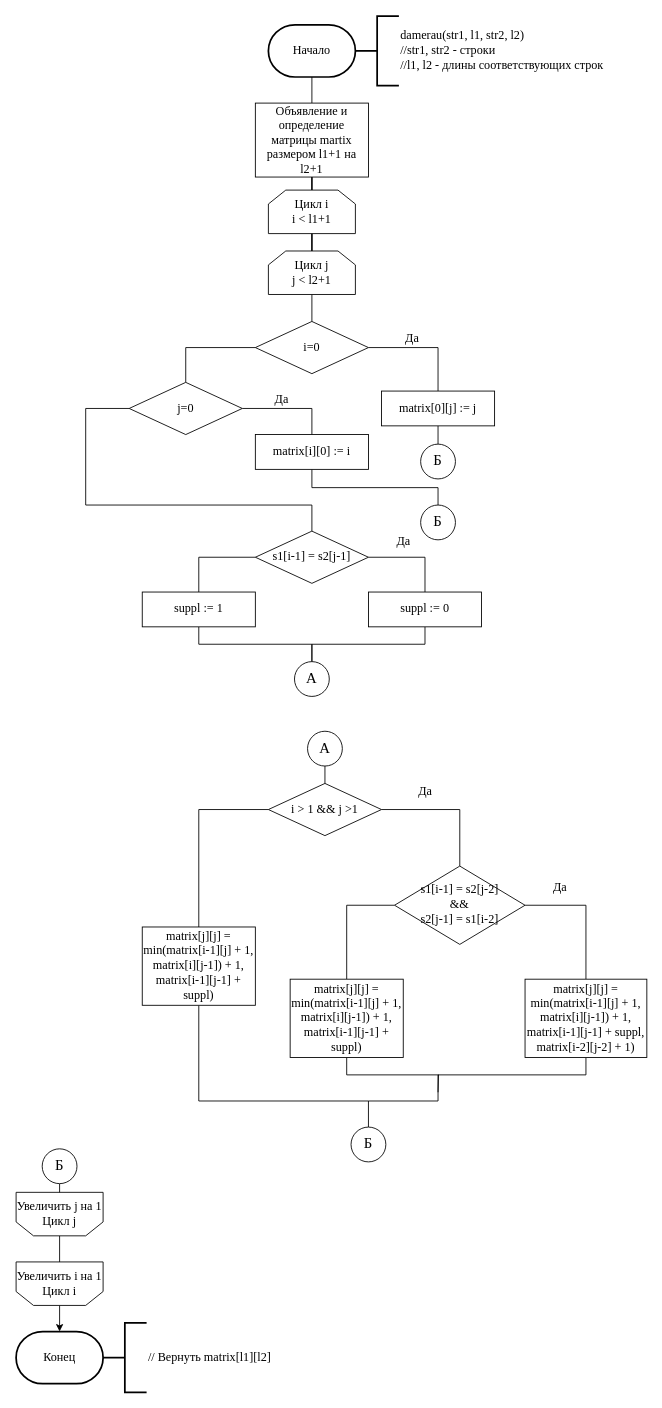
The draw.io diagram lab01/report/img/d.drawio in ddbmajor/bmstu-iu7-aa, before the edit. Source tidied: cells renumbered, new cells numbered last; positions are measured from the earlier drawing's top-left corner, leaving out a move shared by most shapes. Both pictures are drawn from the tidied source at 87%, with x=0, y=0 at pixel (16, 16).
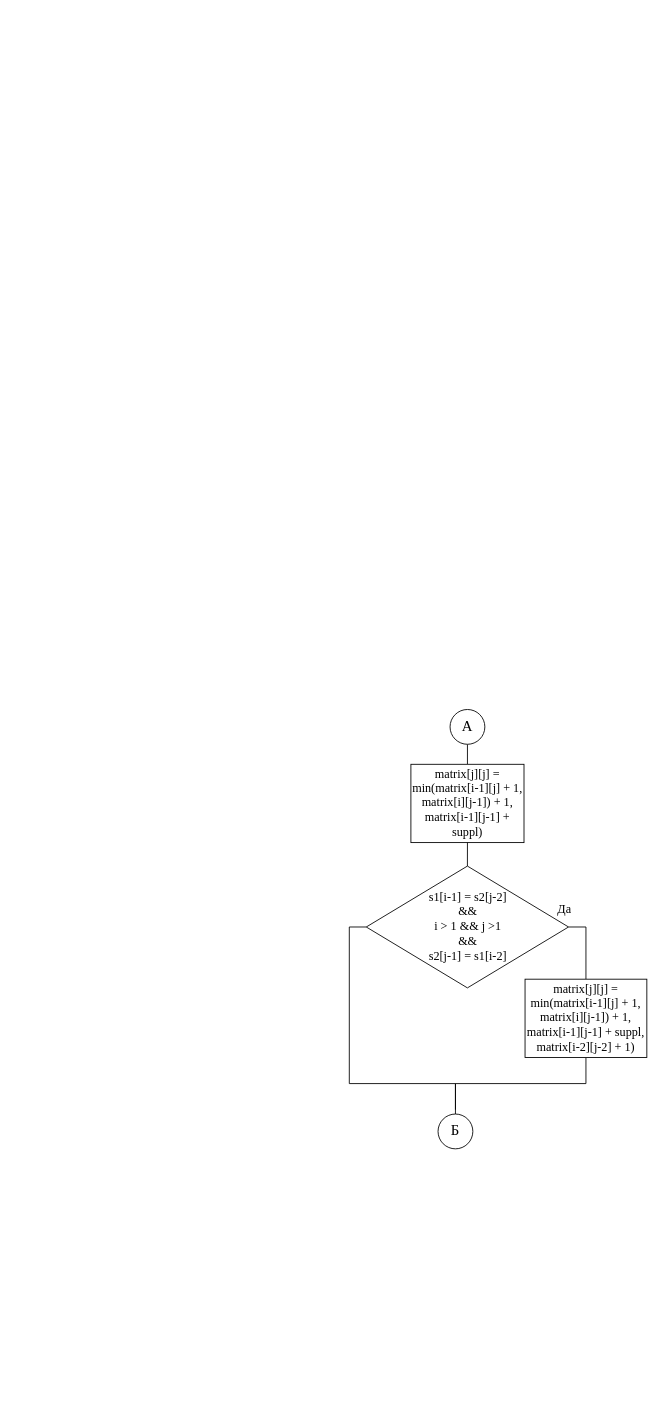
The same diagram, later.

The change refers to these unchanged cells:
```xml
<mxCell id="50" value="matrix[j][j] = min(matrix[i-1][j] + 1, matrix[i][j-1]) + 1,&lt;br style=&quot;font-size: 14px&quot;&gt;matrix[i-1][j-1] + suppl, &lt;br&gt;matrix[i-2][j-2] + 1)" style="rounded=0;whiteSpace=wrap;html=1;fontFamily=Times New Roman;fontSize=14;" parent="1" vertex="1">
  <mxGeometry x="585" y="1107" width="140" height="90" as="geometry" />
</mxCell>
```

What changed in the source:
```diff
@@
-    <mxCell id="2" style="edgeStyle=orthogonalEdgeStyle;rounded=0;jettySize=auto;html=1;exitX=0.5;exitY=1;exitDx=0;exitDy=0;exitPerimeter=0;entryX=0.5;entryY=0;entryDx=0;entryDy=0;endArrow=none;endFill=0;fontFamily=Times New Roman;fontSize=14;" parent="1" edge="1" source="3" target="5">
-      <mxGeometry relative="1" as="geometry" />
-    </mxCell>
-    <mxCell id="3" value="Начало" style="strokeWidth=2;html=1;shape=mxgraph.flowchart.terminator;whiteSpace=wrap;fontFamily=Times New Roman;fontSize=14;" parent="1" vertex="1">
-      <mxGeometry x="290" y="10" width="100" height="60" as="geometry" />
-    </mxCell>
-    <mxCell id="4" style="edgeStyle=orthogonalEdgeStyle;rounded=0;jettySize=auto;html=1;entryX=0.5;entryY=0;entryDx=0;entryDy=0;endArrow=none;endFill=0;fontFamily=Times New Roman;fontSize=14;" parent="1" edge="1" source="5" target="20">
-      <mxGeometry relative="1" as="geometry" />
-    </mxCell>
-    <mxCell id="5" value="Объявление и определение&lt;br style=&quot;font-size: 14px;&quot;&gt;матрицы martix размером l1+1 на l2+1" style="rounded=0;whiteSpace=wrap;html=1;fontFamily=Times New Roman;fontSize=14;" parent="1" vertex="1">
-      <mxGeometry x="275" y="100" width="130" height="85" as="geometry" />
-    </mxCell>
-    <mxCell id="6" value="damerau(str1, l1, str2, l2)&lt;br style=&quot;font-size: 14px&quot;&gt;//str1, str2 - строки&lt;br style=&quot;font-size: 14px&quot;&gt;//l1, l2 - длины соответствующих строк" style="strokeWidth=2;html=1;shape=mxgraph.flowchart.annotation_2;align=left;labelPosition=right;fontFamily=Times New Roman;fontSize=14;" parent="1" vertex="1">
-      <mxGeometry x="390" width="50" height="80" as="geometry" />
-    </mxCell>
-    <mxCell id="7" style="edgeStyle=orthogonalEdgeStyle;rounded=0;jettySize=auto;html=1;exitX=1;exitY=0.5;exitDx=0;exitDy=0;entryX=0.5;entryY=0;entryDx=0;entryDy=0;endArrow=none;endFill=0;fontFamily=Times New Roman;fontSize=14;" parent="1" edge="1" source="9" target="11">
-      <mxGeometry relative="1" as="geometry" />
-    </mxCell>
-    <mxCell id="8" style="edgeStyle=orthogonalEdgeStyle;rounded=0;jettySize=auto;html=1;exitX=0;exitY=0.5;exitDx=0;exitDy=0;entryX=0.5;entryY=0;entryDx=0;entryDy=0;endArrow=none;endFill=0;fontFamily=Times New Roman;fontSize=14;" parent="1" edge="1" source="9" target="14">
-      <mxGeometry relative="1" as="geometry" />
-    </mxCell>
-    <mxCell id="9" value="i=0" style="rhombus;whiteSpace=wrap;html=1;fontFamily=Times New Roman;fontSize=14;" parent="1" vertex="1">
-      <mxGeometry x="275" y="351" width="130" height="60" as="geometry" />
-    </mxCell>
-    <mxCell id="10" style="edgeStyle=orthogonalEdgeStyle;rounded=0;jettySize=auto;html=1;exitX=0.5;exitY=1;exitDx=0;exitDy=0;entryX=0.5;entryY=0;entryDx=0;entryDy=0;endArrow=none;endFill=0;" parent="1" edge="1" source="11" target="51">
-      <mxGeometry relative="1" as="geometry" />
-    </mxCell>
-    <mxCell id="11" value="matrix[0][j] := j" style="rounded=0;whiteSpace=wrap;html=1;fontFamily=Times New Roman;fontSize=14;" parent="1" vertex="1">
-      <mxGeometry x="420" y="431" width="130" height="40" as="geometry" />
-    </mxCell>
-    <mxCell id="12" style="edgeStyle=orthogonalEdgeStyle;rounded=0;jettySize=auto;html=1;exitX=1;exitY=0.5;exitDx=0;exitDy=0;entryX=0.5;entryY=0;entryDx=0;entryDy=0;endArrow=none;endFill=0;fontFamily=Times New Roman;fontSize=14;" parent="1" edge="1" source="14" target="16">
-      <mxGeometry relative="1" as="geometry" />
-    </mxCell>
-    <mxCell id="13" style="edgeStyle=orthogonalEdgeStyle;rounded=0;jettySize=auto;html=1;exitX=0;exitY=0.5;exitDx=0;exitDy=0;entryX=0.5;entryY=0;entryDx=0;entryDy=0;endArrow=none;endFill=0;" parent="1" edge="1" source="14" target="41">
-      <mxGeometry relative="1" as="geometry">
-        <Array as="points">
-          <mxPoint x="80" y="451" />
-          <mxPoint x="80" y="562" />
-          <mxPoint x="340" y="562" />
-        </Array>
-      </mxGeometry>
-    </mxCell>
-    <mxCell id="14" value="j=0" style="rhombus;whiteSpace=wrap;html=1;fontFamily=Times New Roman;fontSize=14;" parent="1" vertex="1">
-      <mxGeometry x="130" y="421" width="130" height="60" as="geometry" />
-    </mxCell>
-    <mxCell id="15" style="edgeStyle=orthogonalEdgeStyle;rounded=0;jettySize=auto;html=1;exitX=0.5;exitY=1;exitDx=0;exitDy=0;entryX=0.5;entryY=0;entryDx=0;entryDy=0;endArrow=none;endFill=0;" parent="1" edge="1" source="16" target="52">
-      <mxGeometry relative="1" as="geometry">
-        <Array as="points">
-          <mxPoint x="340" y="542" />
-          <mxPoint x="485" y="542" />
-        </Array>
-      </mxGeometry>
-    </mxCell>
-    <mxCell id="16" value="matrix[i][0] := i" style="rounded=0;whiteSpace=wrap;html=1;fontFamily=Times New Roman;fontSize=14;" parent="1" vertex="1">
-      <mxGeometry x="275" y="481" width="130" height="40" as="geometry" />
-    </mxCell>
-    <mxCell id="17" style="edgeStyle=orthogonalEdgeStyle;rounded=0;jettySize=auto;html=1;exitX=0.5;exitY=1;exitDx=0;exitDy=0;endArrow=none;endFill=0;" parent="1" edge="1" source="18">
-      <mxGeometry relative="1" as="geometry">
-        <mxPoint x="405" y="1277" as="targetPoint" />
-        <Array as="points">
-          <mxPoint x="210" y="1247" />
-          <mxPoint x="405" y="1247" />
-        </Array>
-      </mxGeometry>
-    </mxCell>
-    <mxCell id="18" value="matrix[j][j] = min(matrix[i-1][j] + 1, matrix[i][j-1]) + 1,&lt;br style=&quot;font-size: 14px;&quot;&gt;matrix[i-1][j-1] + suppl)" style="rounded=0;whiteSpace=wrap;html=1;fontFamily=Times New Roman;fontSize=14;" parent="1" vertex="1">
-      <mxGeometry x="145" y="1047" width="130" height="90" as="geometry" />
-    </mxCell>
-    <mxCell id="19" style="edgeStyle=orthogonalEdgeStyle;rounded=0;jettySize=auto;html=1;entryX=0.5;entryY=0;entryDx=0;entryDy=0;endArrow=none;endFill=0;fontFamily=Times New Roman;fontSize=14;" parent="1" edge="1" source="20" target="24">
-      <mxGeometry relative="1" as="geometry" />
-    </mxCell>
-    <mxCell id="20" value="Цикл i&lt;br style=&quot;font-size: 14px;&quot;&gt;i &amp;lt; l1+1" style="shape=loopLimit;whiteSpace=wrap;html=1;fontFamily=Times New Roman;fontSize=14;" parent="1" vertex="1">
-      <mxGeometry x="290" y="200" width="100" height="50" as="geometry" />
-    </mxCell>
-    <mxCell id="21" style="edgeStyle=orthogonalEdgeStyle;rounded=0;jettySize=auto;html=1;exitX=0.5;exitY=0;exitDx=0;exitDy=0;entryX=0.5;entryY=0;entryDx=0;entryDy=0;entryPerimeter=0;endArrow=classic;endFill=1;fontFamily=Times New Roman;fontSize=14;" parent="1" edge="1" source="22" target="27">
-      <mxGeometry relative="1" as="geometry" />
-    </mxCell>
-    <mxCell id="22" value="Увеличить i на 1&lt;br style=&quot;font-size: 14px;&quot;&gt;Цикл i" style="shape=loopLimit;whiteSpace=wrap;html=1;direction=west;fontFamily=Times New Roman;fontSize=14;" parent="1" vertex="1">
-      <mxGeometry y="1432" width="100" height="50" as="geometry" />
-    </mxCell>
-    <mxCell id="23" style="edgeStyle=orthogonalEdgeStyle;rounded=0;jettySize=auto;html=1;exitX=0.5;exitY=1;exitDx=0;exitDy=0;entryX=0.5;entryY=0;entryDx=0;entryDy=0;endArrow=none;endFill=0;fontFamily=Times New Roman;fontSize=14;" parent="1" edge="1" source="24" target="9">
-      <mxGeometry relative="1" as="geometry" />
-    </mxCell>
-    <mxCell id="24" value="Цикл j&lt;br style=&quot;font-size: 14px;&quot;&gt;j &amp;lt; l2+1" style="shape=loopLimit;whiteSpace=wrap;html=1;fontFamily=Times New Roman;fontSize=14;" parent="1" vertex="1">
-      <mxGeometry x="290" y="270" width="100" height="50" as="geometry" />
-    </mxCell>
-    <mxCell id="25" style="edgeStyle=orthogonalEdgeStyle;rounded=0;jettySize=auto;html=1;exitX=0.5;exitY=0;exitDx=0;exitDy=0;entryX=0.5;entryY=1;entryDx=0;entryDy=0;endArrow=none;endFill=0;fontFamily=Times New Roman;fontSize=14;" parent="1" edge="1" source="26" target="22">
-      <mxGeometry relative="1" as="geometry" />
-    </mxCell>
-    <mxCell id="26" value="Увеличить j на 1&lt;br style=&quot;font-size: 14px;&quot;&gt;Цикл j" style="shape=loopLimit;whiteSpace=wrap;html=1;direction=west;fontFamily=Times New Roman;fontSize=14;" parent="1" vertex="1">
-      <mxGeometry y="1352" width="100" height="50" as="geometry" />
-    </mxCell>
-    <mxCell id="27" value="Конец" style="strokeWidth=2;html=1;shape=mxgraph.flowchart.terminator;whiteSpace=wrap;fontFamily=Times New Roman;fontSize=14;" parent="1" vertex="1">
-      <mxGeometry y="1512" width="100" height="60" as="geometry" />
-    </mxCell>
-    <mxCell id="28" value="// Вернуть matrix[l1][l2]" style="strokeWidth=2;html=1;shape=mxgraph.flowchart.annotation_2;align=left;labelPosition=right;fontFamily=Times New Roman;fontSize=14;" parent="1" vertex="1">
-      <mxGeometry x="100" y="1502" width="50" height="80" as="geometry" />
-    </mxCell>
-    <mxCell id="29" value="Да" style="text;html=1;align=center;verticalAlign=middle;fontFamily=Times New Roman;fontSize=14;" parent="1" vertex="1">
-      <mxGeometry x="440" y="361" width="30" height="20" as="geometry" />
-    </mxCell>
-    <mxCell id="30" value="Да" style="text;html=1;align=center;verticalAlign=middle;fontFamily=Times New Roman;fontSize=14;" parent="1" vertex="1">
-      <mxGeometry x="290" y="431" width="30" height="20" as="geometry" />
-    </mxCell>
-    <mxCell id="31" style="edgeStyle=orthogonalEdgeStyle;rounded=0;jettySize=auto;html=1;exitX=0.5;exitY=1;exitDx=0;exitDy=0;entryX=0.5;entryY=1;entryDx=0;entryDy=0;fontFamily=Times New Roman;fontSize=17;endArrow=none;endFill=0;" parent="1" edge="1" target="26">
-      <mxGeometry relative="1" as="geometry">
-        <mxPoint x="50" y="1342" as="sourcePoint" />
-      </mxGeometry>
-    </mxCell>
-    <mxCell id="32" value="&lt;font face=&quot;Times New Roman&quot; style=&quot;font-size: 17px&quot;&gt;Б&lt;/font&gt;" style="ellipse;whiteSpace=wrap;html=1;" parent="1" vertex="1">
-      <mxGeometry x="30" y="1302" width="40" height="40" as="geometry" />
-    </mxCell>
-    <mxCell id="33" style="edgeStyle=orthogonalEdgeStyle;rounded=0;jettySize=auto;html=1;exitX=1;exitY=0.5;exitDx=0;exitDy=0;entryX=0.5;entryY=0;entryDx=0;entryDy=0;endArrow=none;endFill=0;" parent="1" edge="1" source="35" target="38">
-      <mxGeometry relative="1" as="geometry" />
-    </mxCell>
-    <mxCell id="34" style="edgeStyle=orthogonalEdgeStyle;rounded=0;jettySize=auto;html=1;exitX=0;exitY=0.5;exitDx=0;exitDy=0;entryX=0.5;entryY=0;entryDx=0;entryDy=0;endArrow=none;endFill=0;" parent="1" edge="1" source="35" target="18">
-      <mxGeometry relative="1" as="geometry" />
-    </mxCell>
-    <mxCell id="35" value="i &amp;gt; 1 &amp;amp;&amp;amp; j &amp;gt;1" style="rhombus;whiteSpace=wrap;html=1;fontFamily=Times New Roman;fontSize=14;" parent="1" vertex="1">
-      <mxGeometry x="290" y="882" width="130" height="60" as="geometry" />
-    </mxCell>
-    <mxCell id="36" style="edgeStyle=orthogonalEdgeStyle;rounded=0;jettySize=auto;html=1;exitX=1;exitY=0.5;exitDx=0;exitDy=0;entryX=0.5;entryY=0;entryDx=0;entryDy=0;endArrow=none;endFill=0;" parent="1" edge="1" source="38" target="50">
-      <mxGeometry relative="1" as="geometry" />
-    </mxCell>
-    <mxCell id="37" style="edgeStyle=orthogonalEdgeStyle;rounded=0;jettySize=auto;html=1;exitX=0;exitY=0.5;exitDx=0;exitDy=0;entryX=0.5;entryY=0;entryDx=0;entryDy=0;endArrow=none;endFill=0;" parent="1" edge="1" source="38" target="48">
-      <mxGeometry relative="1" as="geometry" />
-    </mxCell>
-    <mxCell id="38" value="s1[i-1] = s2[j-2]&lt;br&gt;&amp;amp;&amp;amp;&lt;br&gt;s2[j-1] = s1[i-2]" style="rhombus;whiteSpace=wrap;html=1;fontFamily=Times New Roman;fontSize=14;" parent="1" vertex="1">
-      <mxGeometry x="435" y="977" width="150" height="90" as="geometry" />
-    </mxCell>
-    <mxCell id="39" style="edgeStyle=orthogonalEdgeStyle;rounded=0;jettySize=auto;html=1;exitX=1;exitY=0.5;exitDx=0;exitDy=0;entryX=0.5;entryY=0;entryDx=0;entryDy=0;endArrow=none;endFill=0;fontFamily=Times New Roman;fontSize=14;" parent="1" edge="1" source="41" target="43">
-      <mxGeometry relative="1" as="geometry" />
-    </mxCell>
-    <mxCell id="40" style="edgeStyle=orthogonalEdgeStyle;rounded=0;jettySize=auto;html=1;exitX=0;exitY=0.5;exitDx=0;exitDy=0;entryX=0.5;entryY=0;entryDx=0;entryDy=0;endArrow=none;endFill=0;fontFamily=Times New Roman;fontSize=14;" parent="1" edge="1" source="41" target="45">
-      <mxGeometry relative="1" as="geometry" />
-    </mxCell>
-    <mxCell id="41" value="s1[i-1] = s2[j-1]" style="rhombus;whiteSpace=wrap;html=1;fontFamily=Times New Roman;fontSize=14;" parent="1" vertex="1">
-      <mxGeometry x="275" y="592" width="130" height="60" as="geometry" />
-    </mxCell>
-    <mxCell id="42" style="edgeStyle=orthogonalEdgeStyle;rounded=0;jettySize=auto;html=1;exitX=0.5;exitY=1;exitDx=0;exitDy=0;entryX=0.5;entryY=0;entryDx=0;entryDy=0;endArrow=none;endFill=0;" parent="1" edge="1" source="43" target="56">
-      <mxGeometry relative="1" as="geometry" />
-    </mxCell>
-    <mxCell id="43" value="suppl := 0" style="rounded=0;whiteSpace=wrap;html=1;fontFamily=Times New Roman;fontSize=14;" parent="1" vertex="1">
-      <mxGeometry x="405" y="662" width="130" height="40" as="geometry" />
-    </mxCell>
-    <mxCell id="44" style="edgeStyle=orthogonalEdgeStyle;rounded=0;jettySize=auto;html=1;exitX=0.5;exitY=1;exitDx=0;exitDy=0;entryX=0.5;entryY=0;entryDx=0;entryDy=0;endArrow=none;endFill=0;" parent="1" edge="1" source="45" target="56">
-      <mxGeometry relative="1" as="geometry" />
-    </mxCell>
-    <mxCell id="45" value="suppl := 1" style="rounded=0;whiteSpace=wrap;html=1;fontFamily=Times New Roman;fontSize=14;" parent="1" vertex="1">
-      <mxGeometry x="145" y="662" width="130" height="40" as="geometry" />
-    </mxCell>
-    <mxCell id="46" value="Да" style="text;html=1;align=center;verticalAlign=middle;fontFamily=Times New Roman;fontSize=14;" parent="1" vertex="1">
-      <mxGeometry x="430" y="595" width="30" height="20" as="geometry" />
-    </mxCell>
-    <mxCell id="47" style="edgeStyle=orthogonalEdgeStyle;rounded=0;jettySize=auto;html=1;exitX=0.5;exitY=1;exitDx=0;exitDy=0;endArrow=none;endFill=0;" parent="1" edge="1" source="48">
-      <mxGeometry relative="1" as="geometry">
-        <mxPoint x="485" y="1237" as="targetPoint" />
-      </mxGeometry>
-    </mxCell>
-    <mxCell id="48" value="matrix[j][j] = min(matrix[i-1][j] + 1, matrix[i][j-1]) + 1,&lt;br style=&quot;font-size: 14px;&quot;&gt;matrix[i-1][j-1] + suppl)" style="rounded=0;whiteSpace=wrap;html=1;fontFamily=Times New Roman;fontSize=14;" parent="1" vertex="1">
-      <mxGeometry x="315" y="1107" width="130" height="90" as="geometry" />
-    </mxCell>
-    <mxCell id="49" style="edgeStyle=orthogonalEdgeStyle;rounded=0;jettySize=auto;html=1;exitX=0.5;exitY=1;exitDx=0;exitDy=0;endArrow=none;endFill=0;" parent="1" edge="1" source="50">
-      <mxGeometry relative="1" as="geometry">
-        <mxPoint x="405" y="1247" as="targetPoint" />
-        <Array as="points">
-          <mxPoint x="655" y="1217" />
-          <mxPoint x="485" y="1217" />
-        </Array>
-      </mxGeometry>
-    </mxCell>
+    <mxCell id="59" style="edgeStyle=orthogonalEdgeStyle;rounded=0;jettySize=auto;html=1;exitX=0.5;exitY=0;exitDx=0;exitDy=0;entryX=0.5;entryY=1;entryDx=0;entryDy=0;endArrow=none;endFill=0;" parent="1" edge="1" source="60" target="68">
+      <mxGeometry relative="1" as="geometry" />
+    </mxCell>
+    <mxCell id="60" value="matrix[j][j] = min(matrix[i-1][j] + 1, matrix[i][j-1]) + 1,&lt;br style=&quot;font-size: 14px;&quot;&gt;matrix[i-1][j-1] + suppl)" style="rounded=0;whiteSpace=wrap;html=1;fontFamily=Times New Roman;fontSize=14;" parent="1" vertex="1">
+      <mxGeometry x="453.8" y="860" width="130" height="90" as="geometry" />
+    </mxCell>
+    <mxCell id="61" style="edgeStyle=orthogonalEdgeStyle;rounded=0;jettySize=auto;html=1;exitX=1;exitY=0.5;exitDx=0;exitDy=0;entryX=0.5;entryY=0;entryDx=0;entryDy=0;endArrow=none;endFill=0;" parent="1" edge="1" source="64" target="50">
+      <mxGeometry relative="1" as="geometry" />
+    </mxCell>
+    <mxCell id="62" style="edgeStyle=orthogonalEdgeStyle;rounded=0;jettySize=auto;html=1;exitX=0;exitY=0.5;exitDx=0;exitDy=0;endArrow=none;endFill=0;" parent="1" edge="1" source="64">
+      <mxGeometry relative="1" as="geometry">
+        <mxPoint x="505" y="1257" as="targetPoint" />
+        <Array as="points">
+          <mxPoint x="383" y="1047" />
+          <mxPoint x="383" y="1227" />
+          <mxPoint x="505" y="1227" />
+        </Array>
+      </mxGeometry>
+    </mxCell>
+    <mxCell id="63" style="edgeStyle=orthogonalEdgeStyle;rounded=0;jettySize=auto;html=1;exitX=0.5;exitY=0;exitDx=0;exitDy=0;entryX=0.5;entryY=1;entryDx=0;entryDy=0;endArrow=none;endFill=0;" parent="1" edge="1" source="64" target="60">
+      <mxGeometry relative="1" as="geometry" />
+    </mxCell>
+    <mxCell id="64" value="s1[i-1] = s2[j-2]&lt;br&gt;&amp;amp;&amp;amp;&lt;br&gt;i &amp;gt; 1 &amp;amp;&amp;amp; j &amp;gt;1&lt;br&gt;&amp;amp;&amp;amp;&lt;br&gt;s2[j-1] = s1[i-2]" style="rhombus;whiteSpace=wrap;html=1;fontFamily=Times New Roman;fontSize=14;" parent="1" vertex="1">
+      <mxGeometry x="402.5" y="977" width="232.5" height="140" as="geometry" />
+    </mxCell>
+    <mxCell id="65" style="edgeStyle=orthogonalEdgeStyle;rounded=0;jettySize=auto;html=1;exitX=0.5;exitY=1;exitDx=0;exitDy=0;entryX=0.5;entryY=0;entryDx=0;entryDy=0;endArrow=none;endFill=0;" parent="1" edge="1" source="50" target="66">
+      <mxGeometry relative="1" as="geometry">
+        <Array as="points">
+          <mxPoint x="655" y="1227" />
+          <mxPoint x="505" y="1227" />
+        </Array>
+      </mxGeometry>
+    </mxCell>
@@
-    <mxCell id="51" value="&lt;font face=&quot;Times New Roman&quot;&gt;&lt;span style=&quot;font-size: 17px&quot;&gt;Б&lt;/span&gt;&lt;/font&gt;" style="ellipse;whiteSpace=wrap;html=1;" parent="1" vertex="1">
-      <mxGeometry x="465" y="492" width="40" height="40" as="geometry" />
-    </mxCell>
-    <mxCell id="52" value="&lt;font face=&quot;Times New Roman&quot; style=&quot;font-size: 17px&quot;&gt;Б&lt;/font&gt;" style="ellipse;whiteSpace=wrap;html=1;" parent="1" vertex="1">
-      <mxGeometry x="465" y="562" width="40" height="40" as="geometry" />
-    </mxCell>
-    <mxCell id="53" value="&lt;font face=&quot;Times New Roman&quot; style=&quot;font-size: 17px&quot;&gt;Б&lt;/font&gt;" style="ellipse;whiteSpace=wrap;html=1;" parent="1" vertex="1">
-      <mxGeometry x="385" y="1277" width="40" height="40" as="geometry" />
-    </mxCell>
-    <mxCell id="54" value="Да" style="text;html=1;align=center;verticalAlign=middle;fontFamily=Times New Roman;fontSize=14;" parent="1" vertex="1">
-      <mxGeometry x="455" y="882" width="30" height="20" as="geometry" />
-    </mxCell>
-    <mxCell id="55" value="Да" style="text;html=1;align=center;verticalAlign=middle;fontFamily=Times New Roman;fontSize=14;" parent="1" vertex="1">
-      <mxGeometry x="610" y="992" width="30" height="20" as="geometry" />
-    </mxCell>
-    <mxCell id="56" value="&lt;font face=&quot;Times New Roman&quot; style=&quot;font-size: 17px;&quot;&gt;A&lt;/font&gt;" style="ellipse;whiteSpace=wrap;html=1;" parent="1" vertex="1">
-      <mxGeometry x="320" y="742" width="40" height="40" as="geometry" />
-    </mxCell>
-    <mxCell id="57" style="edgeStyle=orthogonalEdgeStyle;rounded=0;jettySize=auto;html=1;exitX=0.5;exitY=1;exitDx=0;exitDy=0;entryX=0.5;entryY=0;entryDx=0;entryDy=0;endArrow=none;endFill=0;" parent="1" edge="1" source="58" target="35">
-      <mxGeometry relative="1" as="geometry" />
-    </mxCell>
-    <mxCell id="58" value="&lt;font face=&quot;Times New Roman&quot; style=&quot;font-size: 17px;&quot;&gt;A&lt;/font&gt;" style="ellipse;whiteSpace=wrap;html=1;" parent="1" vertex="1">
-      <mxGeometry x="335" y="822" width="40" height="40" as="geometry" />
-    </mxCell>
+    <mxCell id="66" value="&lt;font face=&quot;Times New Roman&quot; style=&quot;font-size: 17px&quot;&gt;Б&lt;/font&gt;" style="ellipse;whiteSpace=wrap;html=1;" parent="1" vertex="1">
+      <mxGeometry x="485" y="1262" width="40" height="40" as="geometry" />
+    </mxCell>
+    <mxCell id="67" value="Да" style="text;html=1;align=center;verticalAlign=middle;fontFamily=Times New Roman;fontSize=14;" parent="1" vertex="1">
+      <mxGeometry x="615" y="1017" width="30" height="20" as="geometry" />
+    </mxCell>
+    <mxCell id="68" value="&lt;font face=&quot;Times New Roman&quot; style=&quot;font-size: 17px;&quot;&gt;A&lt;/font&gt;" style="ellipse;whiteSpace=wrap;html=1;" parent="1" vertex="1">
+      <mxGeometry x="498.8" y="797" width="40" height="40" as="geometry" />
+    </mxCell>
```
